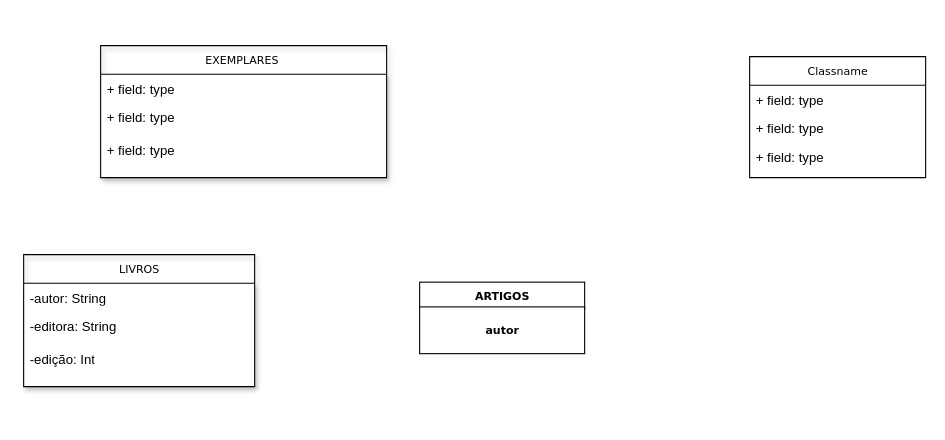
sthevaolol/Draw.io keeps this draw.io diagram as Diagrama sem nome.drawio. Above is the earlier version. Source tidied: cells renumbered, new cells numbered last; positions are measured from the earlier drawing's top-left corner, leaving out a move shared by most shapes. Both pictures are drawn from the tidied source at 110%, with x=0, y=0 at pixel (23, 45).
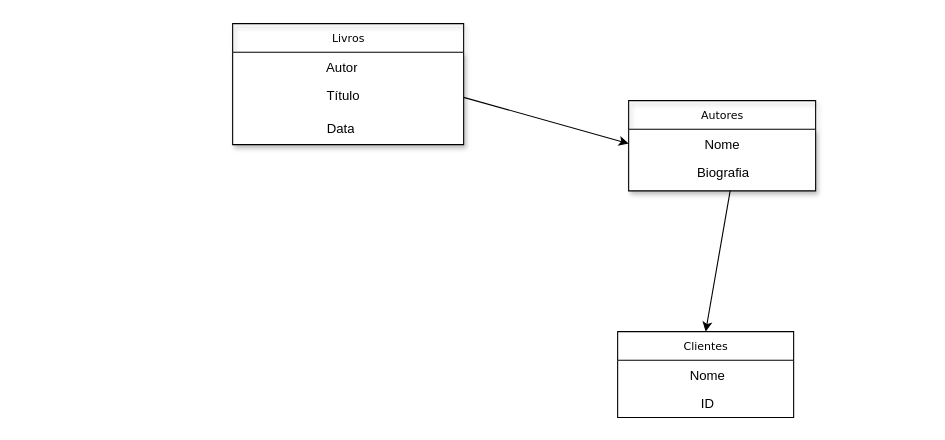
Above is the later version.

Diff of the diagram source:
```diff
@@
 <mxGraphModel>
   <root>
     <mxCell id="0" />
     <mxCell id="1" parent="0" />
-    <mxCell id="2" value="EXEMPLARES&amp;nbsp;" style="swimlane;html=1;fontStyle=0;horizontal=1;startSize=26;fillColor=none;swimlaneFillColor=#ffffff;rounded=0;shadow=1;comic=0;labelBackgroundColor=none;strokeWidth=1;fontFamily=Verdana;fontSize=10;align=center;" parent="1" vertex="1">
-      <mxGeometry x="70" width="260" height="120" as="geometry" />
+    <mxCell id="2" value="Autores" style="swimlane;html=1;fontStyle=0;horizontal=1;startSize=26;fillColor=none;swimlaneFillColor=#ffffff;rounded=0;shadow=1;comic=0;labelBackgroundColor=none;strokeWidth=1;fontFamily=Verdana;fontSize=10;align=center;" parent="1" vertex="1">
+      <mxGeometry x="550" y="50" width="170" height="82" as="geometry" />
     </mxCell>
-    <mxCell id="3" value="+ field: type" style="text;html=1;strokeColor=none;fillColor=none;align=left;verticalAlign=top;spacingLeft=4;spacingRight=4;whiteSpace=wrap;overflow=hidden;points=[[0,0.5],[1,0.5]];portConstraint=eastwest;shadow=1;" parent="2" vertex="1">
-      <mxGeometry y="26" width="260" height="26" as="geometry" />
+    <mxCell id="3" value="&amp;nbsp; &amp;nbsp; &amp;nbsp; &amp;nbsp; &amp;nbsp; &amp;nbsp; &amp;nbsp; &amp;nbsp; &amp;nbsp; &amp;nbsp;Nome" style="text;html=1;strokeColor=none;fillColor=none;align=left;verticalAlign=top;spacingLeft=4;spacingRight=4;whiteSpace=wrap;overflow=hidden;points=[[0,0.5],[1,0.5]];portConstraint=eastwest;shadow=1;" parent="2" vertex="1">
+      <mxGeometry y="26" width="170" height="26" as="geometry" />
     </mxCell>
-    <mxCell id="4" value="+ field: type" style="text;html=1;strokeColor=none;fillColor=none;align=left;verticalAlign=top;spacingLeft=4;spacingRight=4;whiteSpace=wrap;overflow=hidden;points=[[0,0.5],[1,0.5]];portConstraint=eastwest;shadow=1;" parent="2" vertex="1">
-      <mxGeometry y="52" width="260" height="30" as="geometry" />
+    <mxCell id="4" value="&amp;nbsp; &amp;nbsp; &amp;nbsp; &amp;nbsp; &amp;nbsp; &amp;nbsp; &amp;nbsp; &amp;nbsp; &amp;nbsp;Biografia" style="text;html=1;strokeColor=none;fillColor=none;align=left;verticalAlign=top;spacingLeft=4;spacingRight=4;whiteSpace=wrap;overflow=hidden;points=[[0,0.5],[1,0.5]];portConstraint=eastwest;shadow=1;" parent="2" vertex="1">
+      <mxGeometry y="52" width="170" height="30" as="geometry" />
     </mxCell>
-    <mxCell id="5" value="+ field: type" style="text;html=1;strokeColor=none;fillColor=none;align=left;verticalAlign=top;spacingLeft=4;spacingRight=4;whiteSpace=wrap;overflow=hidden;shadow=1;" parent="2" vertex="1">
-      <mxGeometry y="82" width="260" height="38" as="geometry" />
-    </mxCell>
-    <mxCell id="6" value="Classname" style="swimlane;html=1;fontStyle=0;horizontal=1;startSize=26;fillColor=none;swimlaneFillColor=#ffffff;rounded=0;shadow=0;comic=0;labelBackgroundColor=none;strokeWidth=1;fontFamily=Verdana;fontSize=10;align=center;" parent="1" vertex="1">
-      <mxGeometry x="660" y="10" width="160" height="110" as="geometry" />
+    <mxCell id="6" value="Clientes" style="swimlane;html=1;fontStyle=0;horizontal=1;startSize=26;fillColor=none;swimlaneFillColor=#ffffff;rounded=0;shadow=0;comic=0;labelBackgroundColor=none;strokeWidth=1;fontFamily=Verdana;fontSize=10;align=center;" parent="1" vertex="1">
+      <mxGeometry x="540" y="260" width="160" height="78" as="geometry" />
     </mxCell>
-    <mxCell id="7" value="+ field: type" style="text;html=1;strokeColor=none;fillColor=none;align=left;verticalAlign=top;spacingLeft=4;spacingRight=4;whiteSpace=wrap;overflow=hidden;" parent="6" vertex="1">
+    <mxCell id="7" value="&amp;nbsp; &amp;nbsp; &amp;nbsp; &amp;nbsp; &amp;nbsp; &amp;nbsp; &amp;nbsp; &amp;nbsp; &amp;nbsp; Nome" style="text;html=1;strokeColor=none;fillColor=none;align=left;verticalAlign=top;spacingLeft=4;spacingRight=4;whiteSpace=wrap;overflow=hidden;" parent="6" vertex="1">
       <mxGeometry y="26" width="160" height="26" as="geometry" />
     </mxCell>
-    <mxCell id="8" value="+ field: type" style="text;html=1;strokeColor=none;fillColor=none;align=left;verticalAlign=top;spacingLeft=4;spacingRight=4;whiteSpace=wrap;overflow=hidden;" parent="6" vertex="1">
+    <mxCell id="8" value="&amp;nbsp; &amp;nbsp; &amp;nbsp; &amp;nbsp; &amp;nbsp; &amp;nbsp; &amp;nbsp; &amp;nbsp; &amp;nbsp; &amp;nbsp; &amp;nbsp;ID" style="text;html=1;strokeColor=none;fillColor=none;align=left;verticalAlign=top;spacingLeft=4;spacingRight=4;whiteSpace=wrap;overflow=hidden;" parent="6" vertex="1">
       <mxGeometry y="52" width="160" height="26" as="geometry" />
     </mxCell>
-    <mxCell id="9" value="+ field: type" style="text;html=1;strokeColor=none;fillColor=none;align=left;verticalAlign=top;spacingLeft=4;spacingRight=4;whiteSpace=wrap;overflow=hidden;" parent="6" vertex="1">
-      <mxGeometry y="78" width="160" height="26" as="geometry" />
-    </mxCell>
-    <mxCell id="10" value="&lt;b&gt;ARTIGOS&lt;/b&gt;" style="html=1;rounded=0;shadow=0;comic=0;labelBackgroundColor=none;strokeWidth=1;fontFamily=Verdana;fontSize=10;align=center;" parent="1" vertex="1">
-      <mxGeometry x="360" y="215" width="150" height="25" as="geometry" />
-    </mxCell>
-    <mxCell id="11" value="LIVROS" style="swimlane;html=1;fontStyle=0;horizontal=1;startSize=26;fillColor=none;swimlaneFillColor=#ffffff;rounded=0;shadow=1;comic=0;labelBackgroundColor=none;strokeWidth=1;fontFamily=Verdana;fontSize=10;align=center;" parent="1" vertex="1">
-      <mxGeometry y="190" width="210" height="120" as="geometry" />
+    <mxCell id="11" value="Livros" style="swimlane;html=1;fontStyle=0;horizontal=1;startSize=26;fillColor=none;swimlaneFillColor=#ffffff;rounded=0;shadow=1;comic=0;labelBackgroundColor=none;strokeWidth=1;fontFamily=Verdana;fontSize=10;align=center;" parent="1" vertex="1">
+      <mxGeometry x="190" y="-20" width="210" height="110" as="geometry" />
     </mxCell>
-    <mxCell id="12" value="-autor: String" style="text;html=1;strokeColor=none;fillColor=none;align=left;verticalAlign=top;spacingLeft=4;spacingRight=4;whiteSpace=wrap;overflow=hidden;shadow=1;" parent="11" vertex="1">
+    <mxCell id="12" value="&amp;nbsp; &amp;nbsp; &amp;nbsp; &amp;nbsp; &amp;nbsp; &amp;nbsp; &amp;nbsp; &amp;nbsp; &amp;nbsp; &amp;nbsp; &amp;nbsp; &amp;nbsp; Autor" style="text;html=1;strokeColor=none;fillColor=none;align=left;verticalAlign=top;spacingLeft=4;spacingRight=4;whiteSpace=wrap;overflow=hidden;shadow=1;" parent="11" vertex="1">
       <mxGeometry y="26" width="210" height="26" as="geometry" />
     </mxCell>
-    <mxCell id="13" value="-editora: String" style="text;html=1;strokeColor=none;fillColor=none;align=left;verticalAlign=top;spacingLeft=4;spacingRight=4;whiteSpace=wrap;overflow=hidden;points=[[0,0.5],[1,0.5]];portConstraint=eastwest;shadow=1;" parent="11" vertex="1">
+    <mxCell id="13" value="&amp;nbsp; &amp;nbsp; &amp;nbsp; &amp;nbsp; &amp;nbsp; &amp;nbsp; &amp;nbsp; &amp;nbsp; &amp;nbsp; &amp;nbsp; &amp;nbsp; &amp;nbsp; Título" style="text;html=1;strokeColor=none;fillColor=none;align=left;verticalAlign=top;spacingLeft=4;spacingRight=4;whiteSpace=wrap;overflow=hidden;points=[[0,0.5],[1,0.5]];portConstraint=eastwest;shadow=1;" parent="11" vertex="1">
       <mxGeometry y="52" width="210" height="30" as="geometry" />
     </mxCell>
-    <mxCell id="14" value="-edição: Int" style="text;html=1;strokeColor=none;fillColor=none;align=left;verticalAlign=top;spacingLeft=4;spacingRight=4;whiteSpace=wrap;overflow=hidden;shadow=1;" parent="11" vertex="1">
-      <mxGeometry y="82" width="210" height="38" as="geometry" />
+    <mxCell id="14" value="&amp;nbsp; &amp;nbsp; &amp;nbsp; &amp;nbsp; &amp;nbsp; &amp;nbsp; &amp;nbsp; &amp;nbsp; &amp;nbsp; &amp;nbsp; &amp;nbsp; &amp;nbsp; Data" style="text;html=1;strokeColor=none;fillColor=none;align=left;verticalAlign=top;spacingLeft=4;spacingRight=4;whiteSpace=wrap;overflow=hidden;shadow=1;" parent="11" vertex="1">
+      <mxGeometry y="82" width="210" height="18" as="geometry" />
     </mxCell>
-    <mxCell id="15" value="&lt;b&gt;autor&lt;/b&gt;" style="html=1;rounded=0;shadow=0;comic=0;labelBackgroundColor=none;strokeWidth=1;fontFamily=Verdana;fontSize=10;align=center;" parent="1" vertex="1">
-      <mxGeometry x="360" y="237.5" width="150" height="42.5" as="geometry" />
-    </mxCell>
+    <mxCell id="16" style="endArrow=classic;html=1;rounded=0;exitX=1;exitY=0.5;exitDx=0;exitDy=0;entryX=0;entryY=0.5;entryDx=0;entryDy=0;" parent="1" edge="1" source="13" target="3">
+      <mxGeometry relative="1" as="geometry" />
+    </mxCell>
+    <mxCell id="17" style="endArrow=classic;html=1;rounded=0;exitX=0.543;exitY=0.995;exitDx=0;exitDy=0;exitPerimeter=0;entryX=0.5;entryY=0;entryDx=0;entryDy=0;" parent="1" edge="1" source="4" target="6">
+      <mxGeometry relative="1" as="geometry" />
+    </mxCell>
   </root>
 </mxGraphModel>
```
